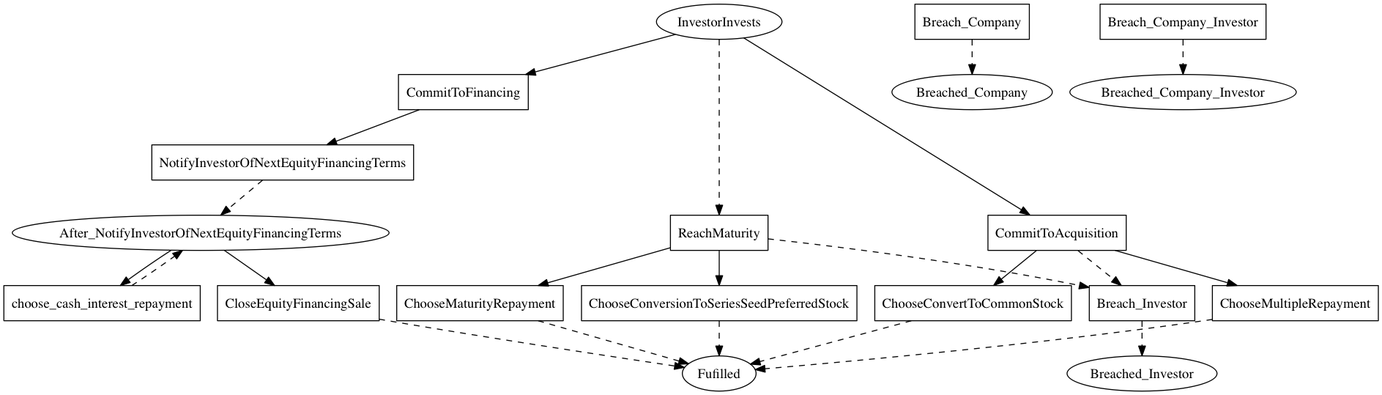
Before: linear_state_machine_language/pyL4/examples/out_graphviz/serious/KISS.png, a diagram exported from Graphviz (Marcao02/complaw-deeptech). Its source is kept beside it as linear_state_machine_language/pyL4/examples/out_graphviz/serious/KISS.dot.
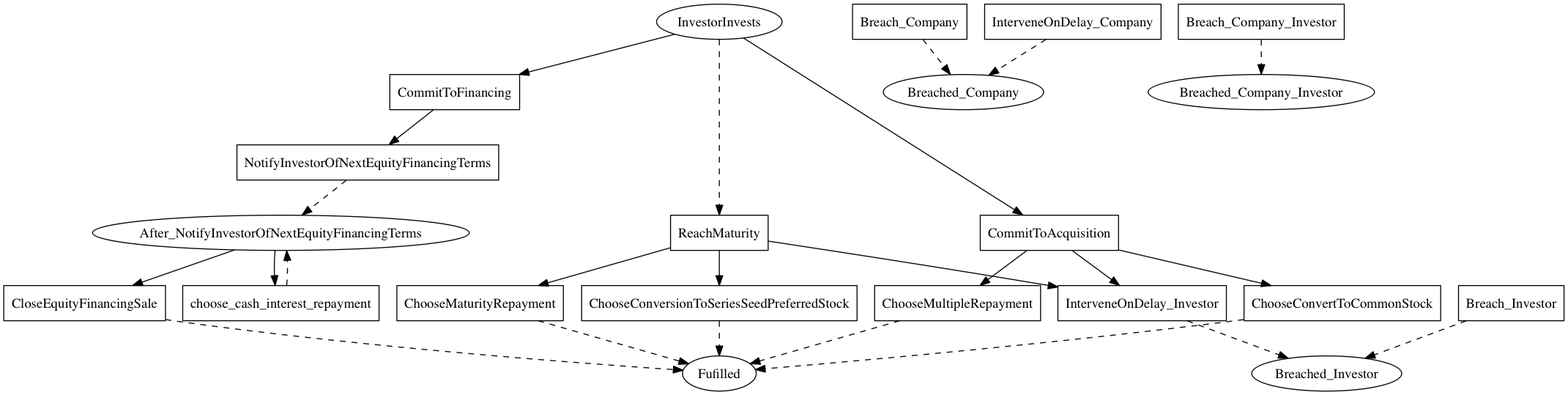
After the commit.

The edit, as a diff of the source:
```diff
@@ -20,7 +20,9 @@
 	ChooseConversionToSeriesSeedPreferredStock[label=ChooseConversionToSeriesSeedPreferredStock,shape=box];
 	Breach_Investor[label=Breach_Investor,shape=box];
 	Breach_Company[label=Breach_Company,shape=box];
-	Breach_Company_Investor[label=Breach_Company_Investor,shape=box]
+	Breach_Company_Investor[label=Breach_Company_Investor,shape=box];
+	InterveneOnDelay_Investor[label=InterveneOnDelay_Investor,shape=box];
+	InterveneOnDelay_Company[label=InterveneOnDelay_Company,shape=box]
 
 
 
@@ -32,10 +34,10 @@
 	After_NotifyInvestorOfNextEquityFinancingTerms -> CloseEquityFinancingSale;
 	CommitToAcquisition -> ChooseMultipleRepayment;
 	CommitToAcquisition -> ChooseConvertToCommonStock;
-	CommitToAcquisition -> Breach_Investor [style=dashed];
+	CommitToAcquisition -> InterveneOnDelay_Investor;
 	ReachMaturity -> ChooseConversionToSeriesSeedPreferredStock;
 	ReachMaturity -> ChooseMaturityRepayment;
-	ReachMaturity -> Breach_Investor [style=dashed]
+	ReachMaturity -> InterveneOnDelay_Investor
 
     NotifyInvestorOfNextEquityFinancingTerms -> After_NotifyInvestorOfNextEquityFinancingTerms [style=dashed];
 	CloseEquityFinancingSale -> Fulfilled [style=dashed];
@@ -46,6 +48,8 @@
 	Breach_Investor -> Breached_Investor [style=dashed];
 	Breach_Company -> Breached_Company [style=dashed];
 	Breach_Company_Investor -> Breached_Company_Investor [style=dashed];
+	InterveneOnDelay_Investor -> Breached_Investor [style=dashed];
+	InterveneOnDelay_Company -> Breached_Company [style=dashed];
 
 
     choose_cash_interest_repayment -> After_NotifyInvestorOfNextEquityFinancingTerms [style=dashed];
```
